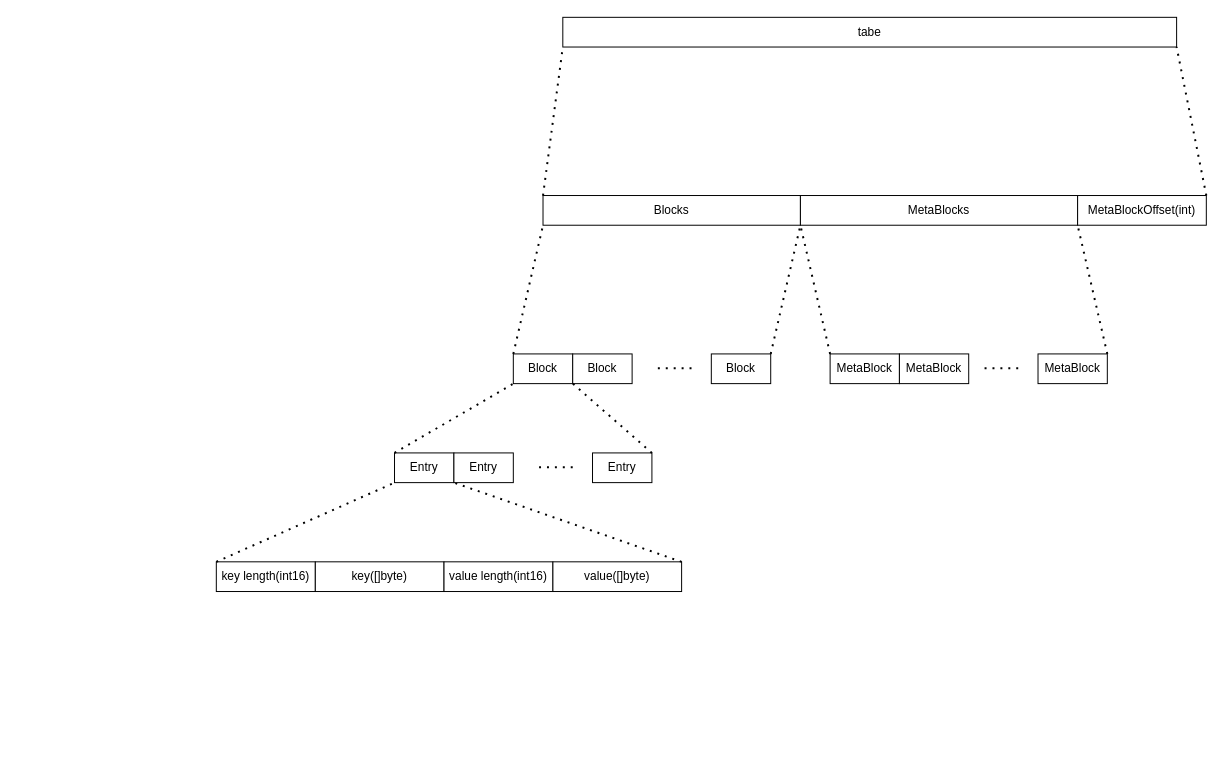
Earlier version of the draw.io diagram doc/arch.drawio (ISSuh/lsm-tree). Source tidied: cells renumbered, new cells numbered last; positions are measured from the earlier drawing's top-left corner, leaving out a move shared by most shapes. Both pictures are drawn from the tidied source at 99%, with x=0, y=0 at pixel (216, 17).
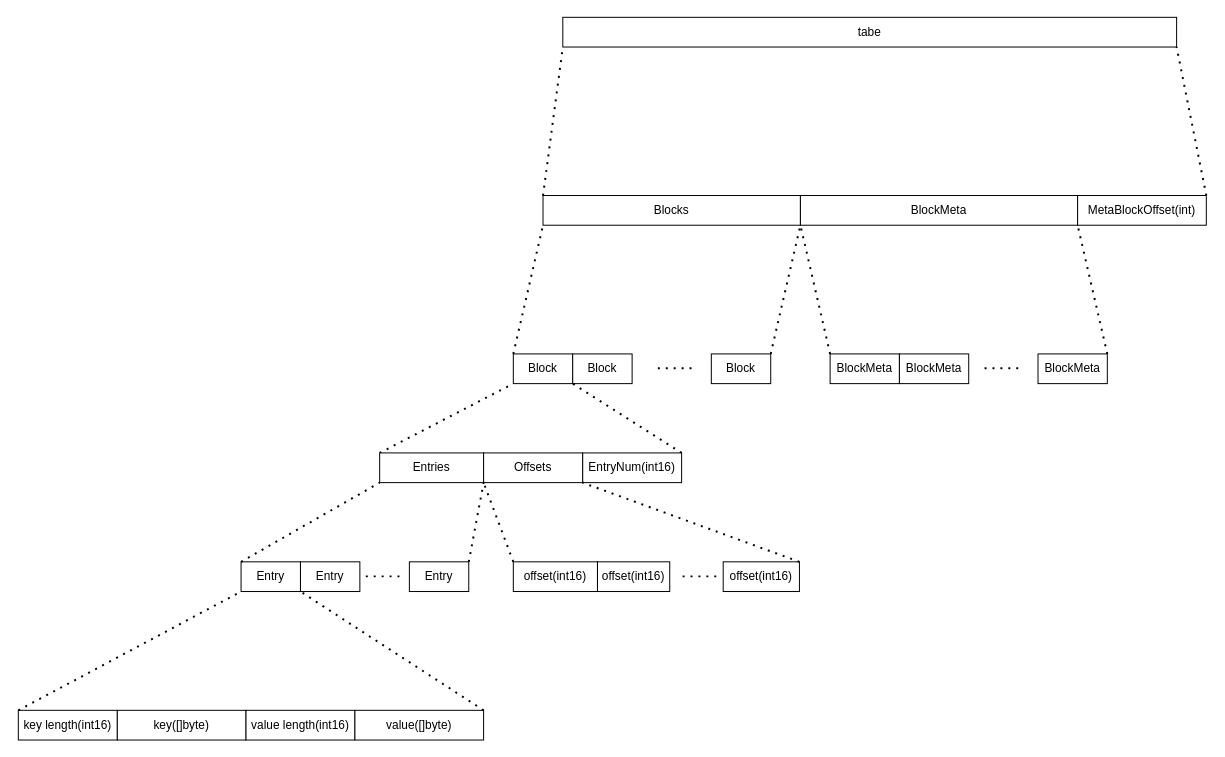
The same diagram, later.

Unchanged cells that the change refers to:
```xml
<mxCell id="13" value="Block" style="rounded=0;whiteSpace=wrap;html=1;" parent="1" vertex="1">
  <mxGeometry x="300" y="340" width="60" height="30" as="geometry" />
</mxCell>
<mxCell id="14" value="Block" style="rounded=0;whiteSpace=wrap;html=1;" parent="1" vertex="1">
  <mxGeometry x="360" y="340" width="60" height="30" as="geometry" />
</mxCell>
```

Diff of the diagram source:
```diff
@@
     <mxCell id="2" value="key length(int16)" style="rounded=0;whiteSpace=wrap;html=1;" parent="1" vertex="1">
-      <mxGeometry y="550" width="100" height="30" as="geometry" />
+      <mxGeometry x="-200" y="700" width="100" height="30" as="geometry" />
     </mxCell>
     <mxCell id="3" value="key([]byte)" style="rounded=0;whiteSpace=wrap;html=1;" parent="1" vertex="1">
-      <mxGeometry x="100" y="550" width="130" height="30" as="geometry" />
+      <mxGeometry x="-100" y="700" width="130" height="30" as="geometry" />
     </mxCell>
     <mxCell id="4" value="value length(int16)" style="rounded=0;whiteSpace=wrap;html=1;" parent="1" vertex="1">
-      <mxGeometry x="230" y="550" width="110" height="30" as="geometry" />
+      <mxGeometry x="30" y="700" width="110" height="30" as="geometry" />
     </mxCell>
     <mxCell id="5" value="value([]byte)" style="rounded=0;whiteSpace=wrap;html=1;" parent="1" vertex="1">
-      <mxGeometry x="340" y="550" width="130" height="30" as="geometry" />
+      <mxGeometry x="140" y="700" width="130" height="30" as="geometry" />
     </mxCell>
@@
-    <mxCell id="7" value="MetaBlocks" style="rounded=0;whiteSpace=wrap;html=1;" parent="1" vertex="1">
+    <mxCell id="7" value="BlockMeta" style="rounded=0;whiteSpace=wrap;html=1;" parent="1" vertex="1">
       <mxGeometry x="590" y="180" width="280" height="30" as="geometry" />
     </mxCell>
@@
-    <mxCell id="17" value="MetaBlock" style="rounded=0;whiteSpace=wrap;html=1;" parent="1" vertex="1">
+    <mxCell id="17" value="BlockMeta" style="rounded=0;whiteSpace=wrap;html=1;" parent="1" vertex="1">
       <mxGeometry x="620" y="340" width="70" height="30" as="geometry" />
     </mxCell>
@@
-    <mxCell id="19" value="MetaBlock" style="rounded=0;whiteSpace=wrap;html=1;" parent="1" vertex="1">
+    <mxCell id="19" value="BlockMeta" style="rounded=0;whiteSpace=wrap;html=1;" parent="1" vertex="1">
       <mxGeometry x="690" y="340" width="70" height="30" as="geometry" />
     </mxCell>
-    <mxCell id="20" value="MetaBlock" style="rounded=0;whiteSpace=wrap;html=1;" parent="1" vertex="1">
+    <mxCell id="20" value="BlockMeta" style="rounded=0;whiteSpace=wrap;html=1;" parent="1" vertex="1">
       <mxGeometry x="830" y="340" width="70" height="30" as="geometry" />
     </mxCell>
@@
     <mxCell id="26" value="Entry" style="rounded=0;whiteSpace=wrap;html=1;" parent="1" vertex="1">
-      <mxGeometry x="180" y="440" width="60" height="30" as="geometry" />
+      <mxGeometry x="25" y="550" width="60" height="30" as="geometry" />
     </mxCell>
     <mxCell id="27" value="Entry" style="rounded=0;whiteSpace=wrap;html=1;" parent="1" vertex="1">
-      <mxGeometry x="240" y="440" width="60" height="30" as="geometry" />
+      <mxGeometry x="85" y="550" width="60" height="30" as="geometry" />
     </mxCell>
     <mxCell id="28" value="Entry" style="rounded=0;whiteSpace=wrap;html=1;" parent="1" vertex="1">
-      <mxGeometry x="380" y="440" width="60" height="30" as="geometry" />
+      <mxGeometry x="195" y="550" width="60" height="30" as="geometry" />
     </mxCell>
     <mxCell id="29" style="endArrow=none;dashed=1;html=1;dashPattern=1 3;strokeWidth=2;entryX=0;entryY=1;entryDx=0;entryDy=0;" parent="1" edge="1">
       <mxGeometry relative="1" as="geometry">
-        <mxPoint x="360" y="454.5" as="sourcePoint" />
-        <mxPoint x="320" y="454.5" as="targetPoint" />
+        <mxPoint x="185" y="564.7" as="sourcePoint" />
+        <mxPoint x="145" y="564.7" as="targetPoint" />
       </mxGeometry>
     </mxCell>
-    <mxCell id="30" style="endArrow=none;dashed=1;html=1;dashPattern=1 3;strokeWidth=2;entryX=0;entryY=1;entryDx=0;entryDy=0;exitX=0;exitY=0;exitDx=0;exitDy=0;" parent="1" edge="1" source="26" target="13">
+    <mxCell id="30" style="endArrow=none;dashed=1;html=1;dashPattern=1 3;strokeWidth=2;entryX=0;entryY=1;entryDx=0;entryDy=0;exitX=0;exitY=0;exitDx=0;exitDy=0;" parent="1" edge="1" source="33" target="13">
       <mxGeometry relative="1" as="geometry" />
     </mxCell>
-    <mxCell id="31" style="endArrow=none;dashed=1;html=1;dashPattern=1 3;strokeWidth=2;entryX=0;entryY=1;entryDx=0;entryDy=0;exitX=1;exitY=0;exitDx=0;exitDy=0;" parent="1" edge="1" source="28" target="14">
+    <mxCell id="31" style="endArrow=none;dashed=1;html=1;dashPattern=1 3;strokeWidth=2;entryX=0;entryY=1;entryDx=0;entryDy=0;exitX=1;exitY=0;exitDx=0;exitDy=0;" parent="1" edge="1" source="32" target="14">
       <mxGeometry relative="1" as="geometry" />
     </mxCell>
+    <mxCell id="32" value="EntryNum(int16)" style="rounded=0;whiteSpace=wrap;html=1;" parent="1" vertex="1">
+      <mxGeometry x="370" y="440" width="100" height="30" as="geometry" />
+    </mxCell>
+    <mxCell id="33" value="Entries" style="rounded=0;whiteSpace=wrap;html=1;" parent="1" vertex="1">
+      <mxGeometry x="165" y="440" width="105" height="30" as="geometry" />
+    </mxCell>
+    <mxCell id="34" value="Offsets" style="rounded=0;whiteSpace=wrap;html=1;" parent="1" vertex="1">
+      <mxGeometry x="270" y="440" width="100" height="30" as="geometry" />
+    </mxCell>
+    <mxCell id="35" style="endArrow=none;dashed=1;html=1;dashPattern=1 3;strokeWidth=2;entryX=0;entryY=1;entryDx=0;entryDy=0;exitX=0;exitY=0;exitDx=0;exitDy=0;" parent="1" edge="1" source="26" target="33">
+      <mxGeometry relative="1" as="geometry" />
+    </mxCell>
+    <mxCell id="36" style="endArrow=none;dashed=1;html=1;dashPattern=1 3;strokeWidth=2;entryX=0;entryY=1;entryDx=0;entryDy=0;exitX=1;exitY=0;exitDx=0;exitDy=0;" parent="1" edge="1" source="28" target="34">
+      <mxGeometry relative="1" as="geometry" />
+    </mxCell>
+    <mxCell id="37" value="offset(int16)" style="rounded=0;whiteSpace=wrap;html=1;" parent="1" vertex="1">
+      <mxGeometry x="300" y="550" width="85" height="30" as="geometry" />
+    </mxCell>
+    <mxCell id="38" value="offset(int16)" style="rounded=0;whiteSpace=wrap;html=1;" parent="1" vertex="1">
+      <mxGeometry x="385" y="550" width="73" height="30" as="geometry" />
+    </mxCell>
+    <mxCell id="39" value="offset(int16)" style="rounded=0;whiteSpace=wrap;html=1;" parent="1" vertex="1">
+      <mxGeometry x="512" y="550" width="77" height="30" as="geometry" />
+    </mxCell>
+    <mxCell id="40" style="endArrow=none;dashed=1;html=1;dashPattern=1 3;strokeWidth=2;entryX=0;entryY=1;entryDx=0;entryDy=0;" parent="1" edge="1">
+      <mxGeometry relative="1" as="geometry">
+        <mxPoint x="505" y="564.7" as="sourcePoint" />
+        <mxPoint x="465" y="564.7" as="targetPoint" />
+      </mxGeometry>
+    </mxCell>
+    <mxCell id="41" style="endArrow=none;dashed=1;html=1;dashPattern=1 3;strokeWidth=2;exitX=0;exitY=0;exitDx=0;exitDy=0;" parent="1" edge="1" source="37">
+      <mxGeometry relative="1" as="geometry">
+        <mxPoint x="270" y="470" as="targetPoint" />
+      </mxGeometry>
+    </mxCell>
+    <mxCell id="42" style="endArrow=none;dashed=1;html=1;dashPattern=1 3;strokeWidth=2;exitX=1;exitY=0;exitDx=0;exitDy=0;entryX=1;entryY=1;entryDx=0;entryDy=0;" parent="1" edge="1" source="39" target="34">
+      <mxGeometry relative="1" as="geometry" />
+    </mxCell>
```
